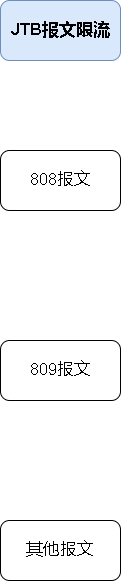
The draw.io diagram jtb报文限流.drawio.png in xktder/draw, before a commit. Source tidied: cells renumbered, new cells last; positions are measured from the earlier drawing's top-left corner, leaving out a move shared by most shapes.
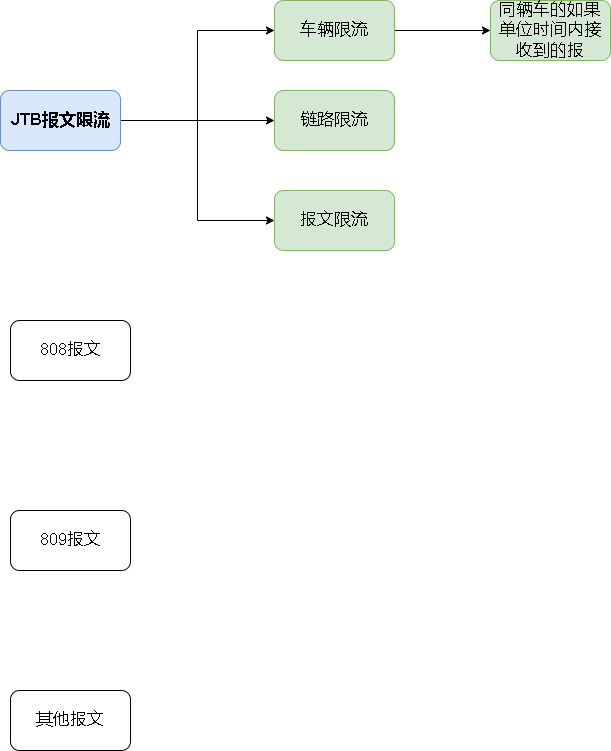
After the change.

Commit message:
更新jtb报文限流.drawio.png

Diff of the diagram source:
```diff
@@ -2,8 +2,17 @@
   <root>
     <mxCell id="0" />
     <mxCell id="1" parent="0" />
+    <mxCell id="6" style="edgeStyle=orthogonalEdgeStyle;rounded=0;jettySize=auto;html=1;entryX=0;entryY=0.5;entryDx=0;entryDy=0;fontSize=17;" parent="1" edge="1" source="2" target="10">
+      <mxGeometry relative="1" as="geometry" />
+    </mxCell>
+    <mxCell id="7" style="edgeStyle=orthogonalEdgeStyle;rounded=0;jettySize=auto;html=1;entryX=0;entryY=0.5;entryDx=0;entryDy=0;fontSize=17;" parent="1" edge="1" source="2" target="11">
+      <mxGeometry relative="1" as="geometry" />
+    </mxCell>
+    <mxCell id="8" style="edgeStyle=orthogonalEdgeStyle;rounded=0;jettySize=auto;html=1;entryX=0;entryY=0.5;entryDx=0;entryDy=0;fontSize=17;" parent="1" edge="1" source="2" target="12">
+      <mxGeometry relative="1" as="geometry" />
+    </mxCell>
     <mxCell id="2" value="&lt;b&gt;&lt;font style=&quot;font-size: 17px;&quot;&gt;JTB报文限流&lt;/font&gt;&lt;/b&gt;" style="rounded=1;whiteSpace=wrap;html=1;fillColor=#dae8fc;strokeColor=#6c8ebf;" parent="1" vertex="1">
-      <mxGeometry width="120" height="60" as="geometry" />
+      <mxGeometry x="-10" y="-80" width="120" height="60" as="geometry" />
     </mxCell>
     <mxCell id="3" value="808报文" style="rounded=1;whiteSpace=wrap;html=1;fontSize=17;" parent="1" vertex="1">
       <mxGeometry y="150" width="120" height="60" as="geometry" />
@@ -14,5 +23,20 @@
     <mxCell id="5" value="其他报文" style="rounded=1;whiteSpace=wrap;html=1;fontSize=17;" parent="1" vertex="1">
       <mxGeometry y="520" width="120" height="60" as="geometry" />
     </mxCell>
+    <mxCell id="9" style="edgeStyle=orthogonalEdgeStyle;rounded=0;jettySize=auto;html=1;fontSize=17;entryX=0;entryY=0.5;entryDx=0;entryDy=0;" parent="1" edge="1" source="10" target="13">
+      <mxGeometry relative="1" as="geometry" />
+    </mxCell>
+    <mxCell id="10" value="车辆限流" style="rounded=1;whiteSpace=wrap;html=1;fontSize=17;fillColor=#d5e8d4;strokeColor=#82b366;" parent="1" vertex="1">
+      <mxGeometry x="264" y="-170" width="120" height="60" as="geometry" />
+    </mxCell>
+    <mxCell id="11" value="链路限流" style="rounded=1;whiteSpace=wrap;html=1;fontSize=17;fillColor=#d5e8d4;strokeColor=#82b366;" parent="1" vertex="1">
+      <mxGeometry x="264" y="-80" width="120" height="60" as="geometry" />
+    </mxCell>
+    <mxCell id="12" value="报文限流" style="rounded=1;whiteSpace=wrap;html=1;fontSize=17;fillColor=#d5e8d4;strokeColor=#82b366;" parent="1" vertex="1">
+      <mxGeometry x="264" y="20" width="120" height="60" as="geometry" />
+    </mxCell>
+    <mxCell id="13" value="同辆车的如果单位时间内接收到的报" style="rounded=1;whiteSpace=wrap;html=1;fontSize=17;fillColor=#d5e8d4;strokeColor=#82b366;" parent="1" vertex="1">
+      <mxGeometry x="480" y="-170" width="120" height="60" as="geometry" />
+    </mxCell>
   </root>
 </mxGraphModel>
```
